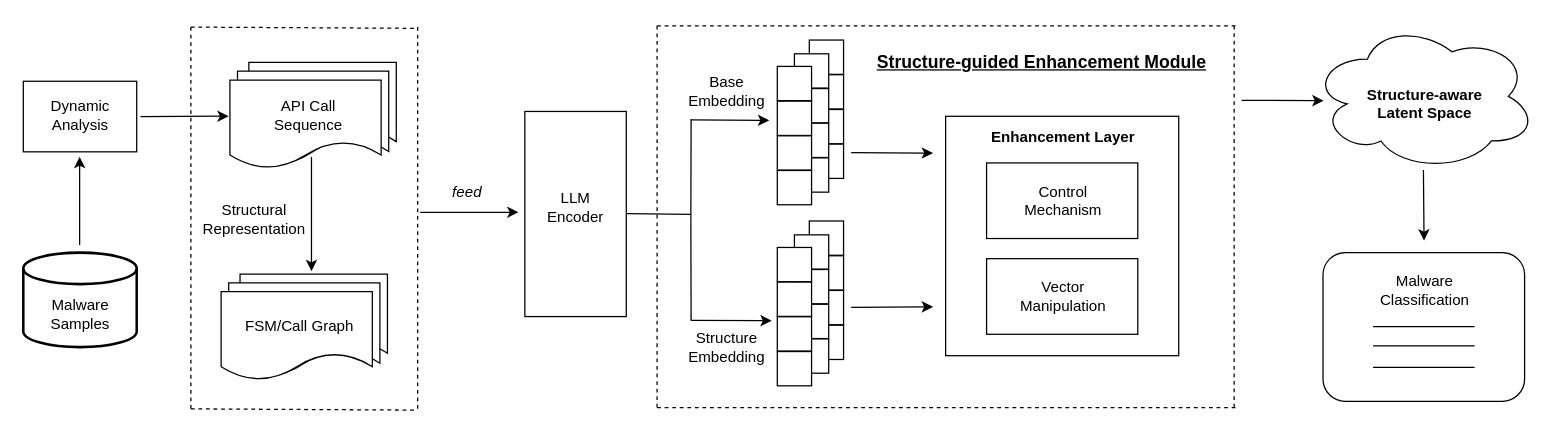
Above: Architecture.drawio in Arui1122/Structural-Representation-Enhancement (draw.io), before the change. Source tidied: cells renumbered, new cells numbered last; positions are measured from the earlier drawing's top-left corner, leaving out a move shared by most shapes. Both pictures are drawn from the tidied source at 126%, with x=0, y=0 at pixel (23, 21).
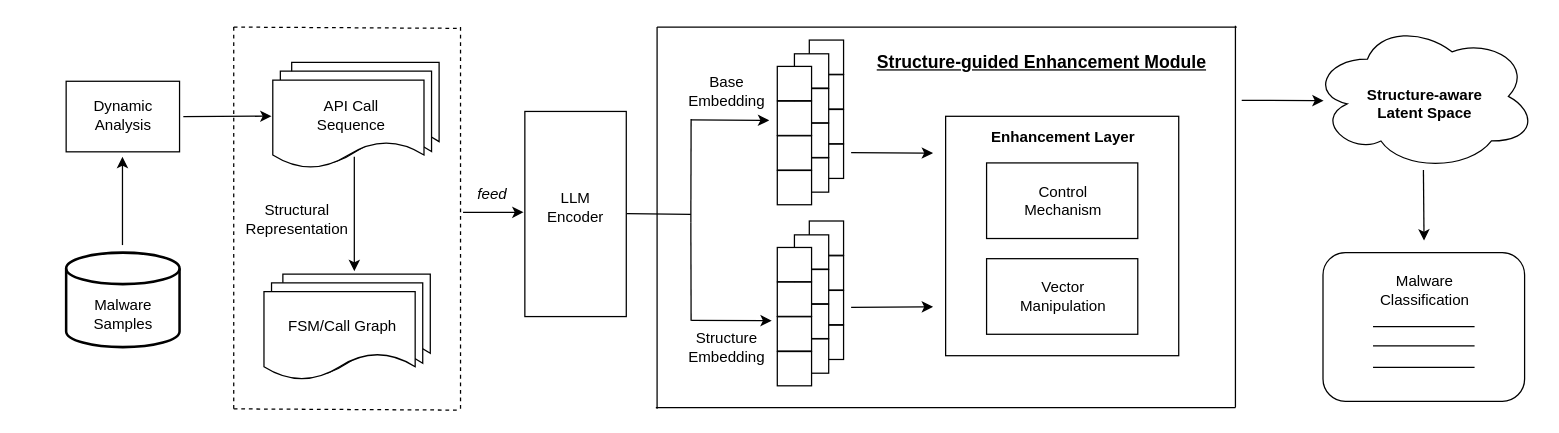
The same diagram, later.

Diff of the diagram source:
```diff
@@
     <mxCell id="2" style="strokeWidth=2;html=1;shape=mxgraph.flowchart.database;whiteSpace=wrap;fontStyle=0;align=center;verticalAlign=bottom;labelPosition=center;verticalLabelPosition=middle;horizontal=1;" parent="1" vertex="1">
-      <mxGeometry y="183" width="90" height="75" as="geometry" />
+      <mxGeometry x="34" y="183" width="90" height="75" as="geometry" />
     </mxCell>
     <mxCell id="3" value="Malware&lt;div&gt;Samples&lt;/div&gt;" style="text;html=1;align=center;verticalAlign=middle;strokeColor=none;fillColor=none;" parent="1" vertex="1">
-      <mxGeometry x="10" y="212" width="70" height="40" as="geometry" />
+      <mxGeometry x="44" y="212" width="70" height="40" as="geometry" />
     </mxCell>
     <mxCell id="4" style="endArrow=classic;html=1;rounded=0;" parent="1" edge="1">
       <mxGeometry relative="1" as="geometry">
-        <mxPoint x="44.7" y="177" as="sourcePoint" />
-        <mxPoint x="44.7" y="107" as="targetPoint" />
+        <mxPoint x="78.7" y="177" as="sourcePoint" />
+        <mxPoint x="78.7" y="107" as="targetPoint" />
       </mxGeometry>
     </mxCell>
     <mxCell id="5" style="rounded=0;whiteSpace=wrap;html=1;" parent="1" vertex="1">
-      <mxGeometry y="47" width="90" height="56" as="geometry" />
+      <mxGeometry x="34" y="47" width="90" height="56" as="geometry" />
     </mxCell>
     <mxCell id="6" value="Dynamic&lt;div&gt;Analysis&lt;/div&gt;" style="text;html=1;align=center;verticalAlign=middle;strokeColor=none;fillColor=none;" parent="1" vertex="1">
-      <mxGeometry x="10" y="54" width="70" height="40" as="geometry" />
+      <mxGeometry x="44" y="54" width="70" height="40" as="geometry" />
     </mxCell>
     <mxCell id="7" style="endArrow=classic;html=1;rounded=0;" parent="1" edge="1">
       <mxGeometry relative="1" as="geometry">
-        <mxPoint x="93" y="75" as="sourcePoint" />
-        <mxPoint x="163" y="74.7" as="targetPoint" />
+        <mxPoint x="127" y="75" as="sourcePoint" />
+        <mxPoint x="197" y="74.7" as="targetPoint" />
       </mxGeometry>
     </mxCell>
     <mxCell id="8" style="endArrow=classic;html=1;rounded=0;" parent="1" edge="1">
       <mxGeometry relative="1" as="geometry">
-        <mxPoint x="228.7" y="107" as="sourcePoint" />
-        <mxPoint x="228.7" y="197.7" as="targetPoint" />
+        <mxPoint x="262.7" y="107" as="sourcePoint" />
+        <mxPoint x="262.7" y="197.7" as="targetPoint" />
       </mxGeometry>
     </mxCell>
     <mxCell id="9" style="shape=document;whiteSpace=wrap;html=1;boundedLbl=1;" parent="1" vertex="1">
-      <mxGeometry x="172" y="200" width="117" height="74" as="geometry" />
+      <mxGeometry x="206" y="200" width="117" height="74" as="geometry" />
     </mxCell>
     <mxCell id="10" style="shape=document;whiteSpace=wrap;html=1;boundedLbl=1;" parent="1" vertex="1">
-      <mxGeometry x="163" y="207" width="120" height="75" as="geometry" />
+      <mxGeometry x="197" y="207" width="120" height="75" as="geometry" />
     </mxCell>
     <mxCell id="11" style="shape=document;whiteSpace=wrap;html=1;boundedLbl=1;labelBorderColor=none;" parent="1" vertex="1">
-      <mxGeometry x="157" y="214" width="120" height="70" as="geometry" />
+      <mxGeometry x="191" y="214" width="120" height="70" as="geometry" />
     </mxCell>
     <mxCell id="12" value="FSM/Call Graph" style="text;html=1;align=center;verticalAlign=middle;strokeColor=none;fillColor=none;" parent="1" vertex="1">
-      <mxGeometry x="164" y="227" width="110" height="30" as="geometry" />
+      <mxGeometry x="198" y="227" width="110" height="30" as="geometry" />
     </mxCell>
     <mxCell id="13" style="shape=document;whiteSpace=wrap;html=1;boundedLbl=1;" parent="1" vertex="1">
-      <mxGeometry x="179" y="32" width="117" height="74" as="geometry" />
+      <mxGeometry x="213" y="32" width="117" height="74" as="geometry" />
     </mxCell>
     <mxCell id="14" style="shape=document;whiteSpace=wrap;html=1;boundedLbl=1;" parent="1" vertex="1">
-      <mxGeometry x="170" y="39" width="120" height="75" as="geometry" />
+      <mxGeometry x="204" y="39" width="120" height="75" as="geometry" />
     </mxCell>
     <mxCell id="15" style="shape=document;whiteSpace=wrap;html=1;boundedLbl=1;labelBorderColor=none;" parent="1" vertex="1">
-      <mxGeometry x="164" y="46" width="120" height="70" as="geometry" />
+      <mxGeometry x="198" y="46" width="120" height="70" as="geometry" />
     </mxCell>
     <mxCell id="16" value="API Call&lt;div&gt;Sequence&lt;/div&gt;" style="text;html=1;align=center;verticalAlign=middle;strokeColor=none;fillColor=none;" parent="1" vertex="1">
-      <mxGeometry x="186" y="54" width="80" height="40" as="geometry" />
+      <mxGeometry x="220" y="54" width="80" height="40" as="geometry" />
     </mxCell>
     <mxCell id="17" value="Structural&lt;div&gt;Representation&lt;/div&gt;" style="text;html=1;align=center;verticalAlign=middle;strokeColor=none;fillColor=none;" parent="1" vertex="1">
-      <mxGeometry x="133" y="137" width="100" height="40" as="geometry" />
+      <mxGeometry x="167" y="137" width="100" height="40" as="geometry" />
     </mxCell>
     <mxCell id="18" style="endArrow=classic;html=1;rounded=0;" parent="1" edge="1">
       <mxGeometry relative="1" as="geometry">
-        <mxPoint x="315" y="151" as="sourcePoint" />
-        <mxPoint x="393" y="151" as="targetPoint" />
+        <mxPoint x="349" y="151" as="sourcePoint" />
+        <mxPoint x="397" y="151" as="targetPoint" />
       </mxGeometry>
     </mxCell>
     <mxCell id="19" value="&lt;i&gt;feed&lt;/i&gt;" style="text;html=1;align=center;verticalAlign=middle;strokeColor=none;fillColor=none;" parent="1" vertex="1">
-      <mxGeometry x="326.9" y="120.4" width="50" height="30" as="geometry" />
+      <mxGeometry x="347" y="121.8" width="50" height="30" as="geometry" />
     </mxCell>
@@
     <mxCell id="22" style="group;" parent="1" vertex="1">
-      <mxGeometry x="133" y="4" width="180" height="304" as="geometry" />
+      <mxGeometry x="167" y="4" width="180" height="304" as="geometry" />
     </mxCell>
@@
-    <mxCell id="58" style="endArrow=none;dashed=1;html=1;rounded=0;" parent="1" edge="1">
-      <mxGeometry relative="1" as="geometry">
-        <mxPoint x="503" y="306" as="sourcePoint" />
-        <mxPoint x="503" y="3" as="targetPoint" />
-      </mxGeometry>
-    </mxCell>
-    <mxCell id="59" style="endArrow=none;dashed=1;html=1;rounded=0;" parent="1" edge="1">
-      <mxGeometry relative="1" as="geometry">
-        <mxPoint x="503" y="3" as="sourcePoint" />
-        <mxPoint x="962" y="3" as="targetPoint" />
-      </mxGeometry>
-    </mxCell>
-    <mxCell id="60" style="endArrow=none;dashed=1;html=1;rounded=0;" parent="1" edge="1">
-      <mxGeometry relative="1" as="geometry">
-        <mxPoint x="503" y="306" as="sourcePoint" />
-        <mxPoint x="963" y="306" as="targetPoint" />
-      </mxGeometry>
-    </mxCell>
@@
-    <mxCell id="68" style="endArrow=none;dashed=1;html=1;rounded=0;" parent="1" edge="1">
-      <mxGeometry relative="1" as="geometry">
-        <mxPoint x="961" y="305.9" as="sourcePoint" />
-        <mxPoint x="961" y="2.9" as="targetPoint" />
-      </mxGeometry>
-    </mxCell>
@@
+    <mxCell id="80" style="endArrow=none;html=1;rounded=0;" parent="1" edge="1">
+      <mxGeometry relative="1" as="geometry">
+        <mxPoint x="503" y="4" as="sourcePoint" />
+        <mxPoint x="963" y="4" as="targetPoint" />
+      </mxGeometry>
+    </mxCell>
+    <mxCell id="81" style="endArrow=none;html=1;rounded=0;" parent="1" edge="1">
+      <mxGeometry relative="1" as="geometry">
+        <mxPoint x="502" y="306" as="sourcePoint" />
+        <mxPoint x="962" y="306" as="targetPoint" />
+      </mxGeometry>
+    </mxCell>
+    <mxCell id="82" style="endArrow=none;html=1;rounded=0;" parent="1" edge="1">
+      <mxGeometry relative="1" as="geometry">
+        <mxPoint x="962" y="306" as="sourcePoint" />
+        <mxPoint x="962" y="3" as="targetPoint" />
+      </mxGeometry>
+    </mxCell>
+    <mxCell id="83" style="endArrow=none;html=1;rounded=0;" parent="1" edge="1">
+      <mxGeometry relative="1" as="geometry">
+        <mxPoint x="503" y="307" as="sourcePoint" />
+        <mxPoint x="503" y="4" as="targetPoint" />
+      </mxGeometry>
+    </mxCell>
```
